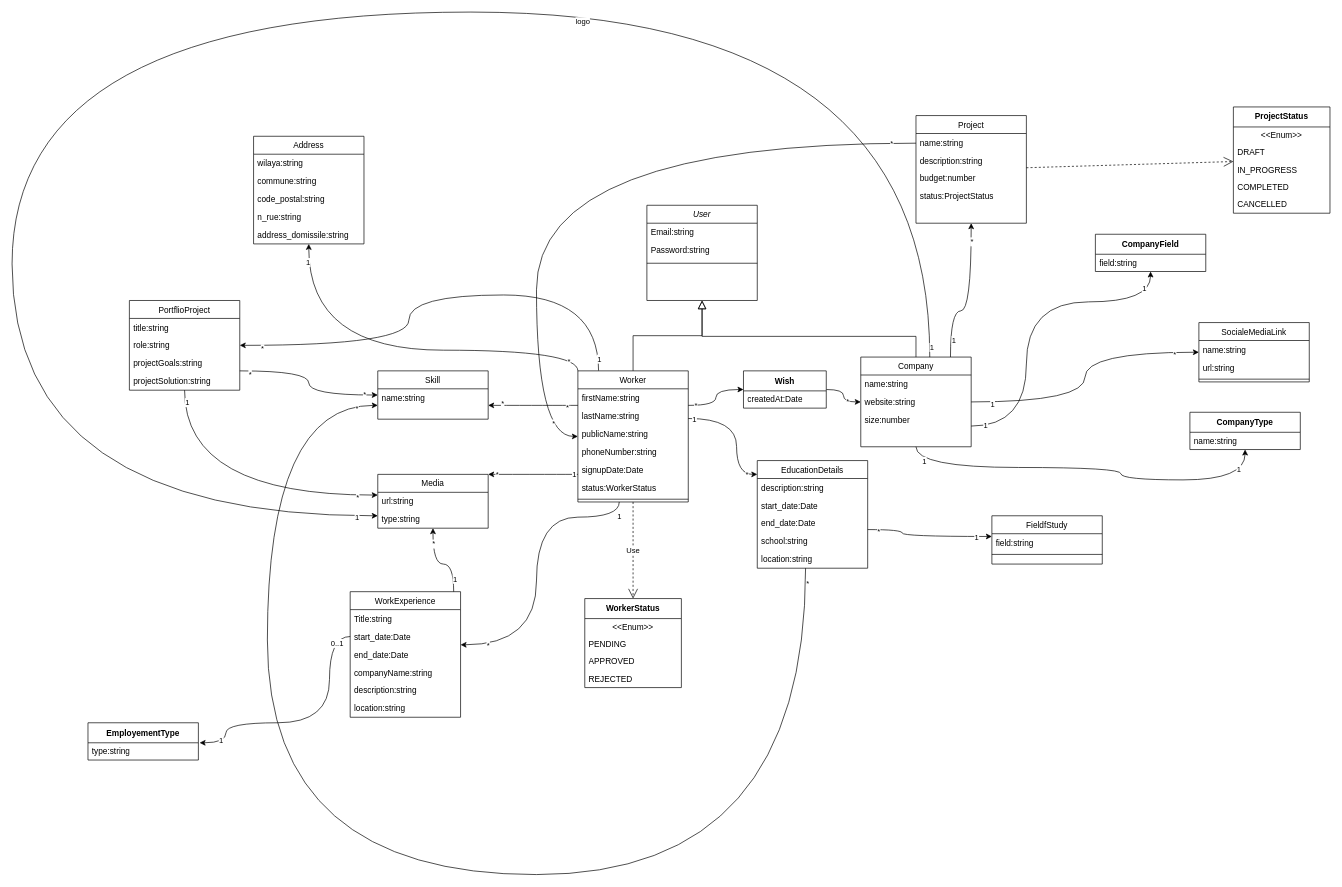
Above: Diagramme sans nom.drawio in stormsidali2001/outsourcing-plateform-4th-year-project (draw.io), before the change. Source tidied: cells renumbered, new cells numbered last; positions are measured from the earlier drawing's top-left corner, leaving out a move shared by most shapes. Both pictures are drawn from the tidied source at 69%, with x=0, y=0 at pixel (12, 12).
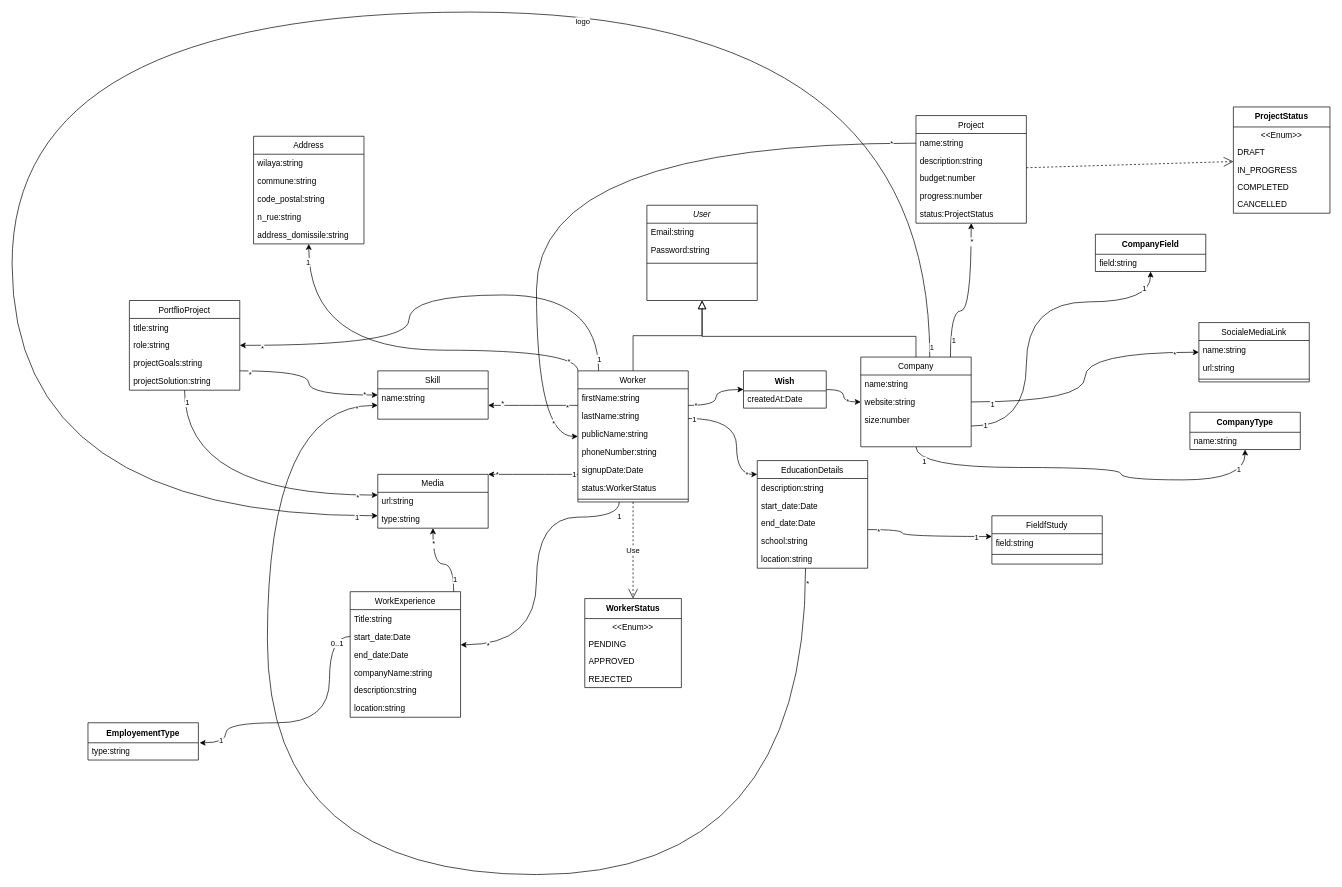
Above is the later version.

Commit message:
Mettre à jour Diagramme sans nom.drawio

The change refers to these unchanged cells:
```xml
<mxCell id="111" value="Project" style="swimlane;fontStyle=0;align=center;verticalAlign=top;horizontal=1;startSize=26;rounded=0;shadow=0;strokeWidth=1;" parent="1" vertex="1">
  <mxGeometry x="1310" y="150" width="160" height="156" as="geometry" />
</mxCell>
```

Change to the diagram source:
```diff
@@
+    <mxCell id="141" value="progress:number&#10;" style="text;align=left;verticalAlign=top;spacingLeft=4;spacingRight=4;overflow=hidden;" parent="111" vertex="1">
+      <mxGeometry y="104" width="160" height="26" as="geometry" />
+    </mxCell>
     <mxCell id="115" value="status:ProjectStatus" style="text;align=left;verticalAlign=top;spacingLeft=4;spacingRight=4;overflow=hidden;" parent="111" vertex="1">
-      <mxGeometry y="104" width="160" height="26" as="geometry" />
+      <mxGeometry y="130" width="160" height="26" as="geometry" />
     </mxCell>
```
